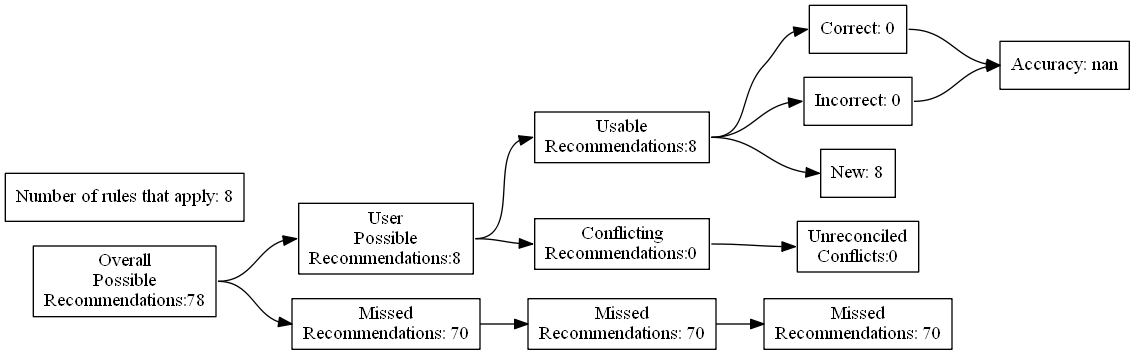
ZaxR/ibd_diet_analysis keeps this Graphviz diagram as test_renders/59.gv.png. Above is the earlier version. Its source is kept beside it as test_renders/59.gv.
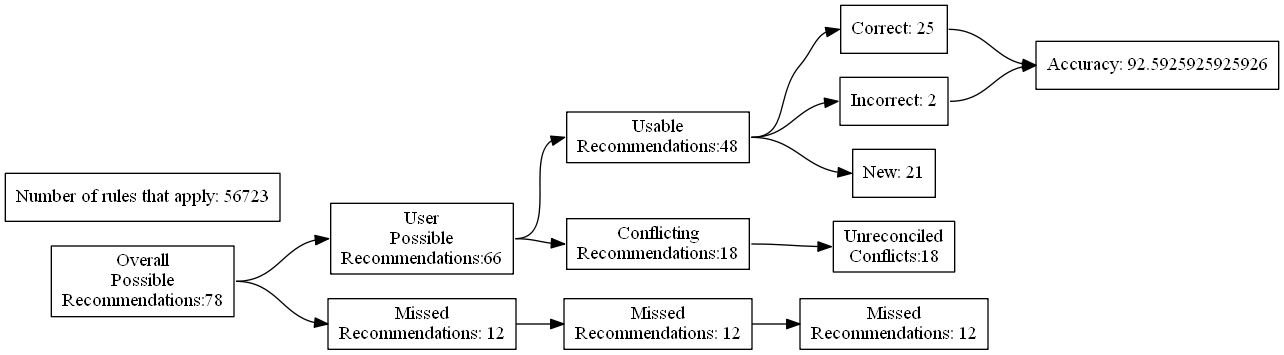
The same file after the commit.

Change to the diagram source:
```diff
@@ -7,24 +7,24 @@
 Recommendations:78"]
 		B [label="User
 Possible
-Recommendations:8"]
+Recommendations:66"]
 		C [label="Missed
-Recommendations: 70"]
+Recommendations: 12"]
 		D [label="Usable
-Recommendations:8"]
+Recommendations:48"]
 		E [label="Conflicting
-Recommendations:0"]
+Recommendations:18"]
 		J [label="Missed
-Recommendations: 70"]
+Recommendations: 12"]
 		M [label="Unreconciled
-Conflicts:0"]
-		F [label="Correct: 0"]
-		G [label="Incorrect: 0"]
-		H [label="New: 8"]
+Conflicts:18"]
+		F [label="Correct: 25"]
+		G [label="Incorrect: 2"]
+		H [label="New: 21"]
 		K [label="Missed
-Recommendations: 70"]
-		I [label="Accuracy: nan"]
-		l [label="Number of rules that apply: 8"]
+Recommendations: 12"]
+		I [label="Accuracy: 92.5925925925926"]
+		l [label="Number of rules that apply: 56723"]
 			A -> B
 			A -> C
 			B -> D
```
